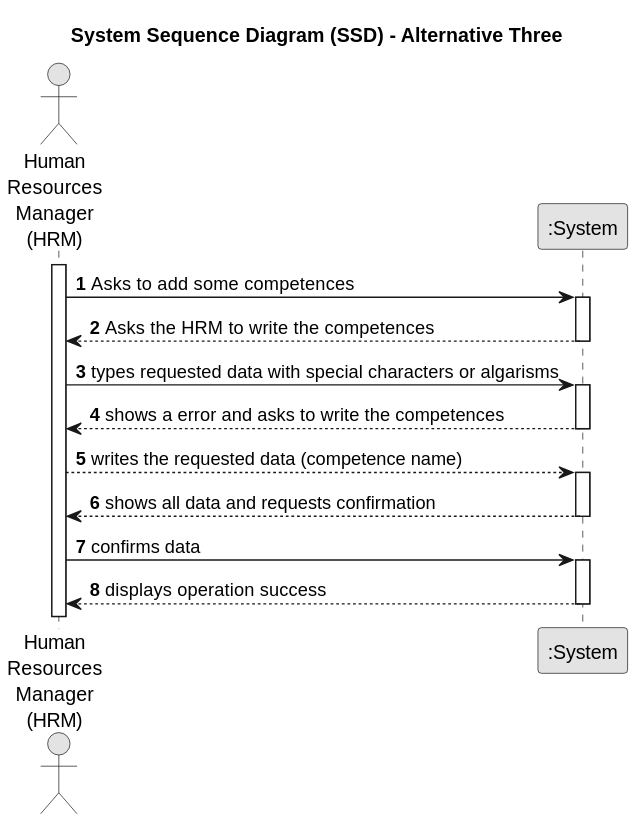
Before: docs/sprintA/us001/01.requirements-engineering/svg/us001-system-sequence-diagram-alternative-three.svg, a diagram exported from PlantUML (diogoveirospro/lei-24-s2-1dg-g072).
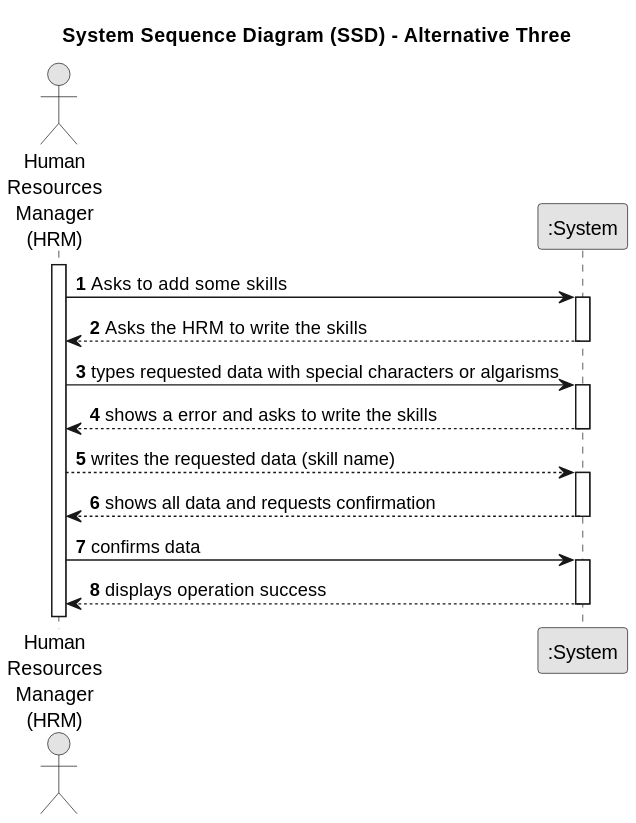
Above is the later version.

What changed in the source:
```diff
@@ -3,7 +3,7 @@
 skinparam packageStyle rectangle
 skinparam shadowing false
 
-title System Sequence Diagram (SSD) - Alternative One
+title System Sequence Diagram (SSD) - Alternative Three
 
 autonumber
 
@@ -12,18 +12,18 @@
 
 activate Employee
 
-    Employee -> System : Asks to add some competences
+    Employee -> System : Asks to add some skills
     activate System
 
-        System --> Employee : Asks the HRM to write the competences
+        System --> Employee : Asks the HRM to write the skills
     deactivate System
 
     Employee -> System : types requested data with special characters or algarisms
     activate System
 
-        System --> Employee : shows a error and asks to write the competences
+        System --> Employee : shows a error and asks to write the skills
     deactivate System
-        Employee --> System : writes the requested data (competence name)
+        Employee --> System : writes the requested data (skill name)
     activate System
 
         System --> Employee : shows all data and requests confirmation
```
